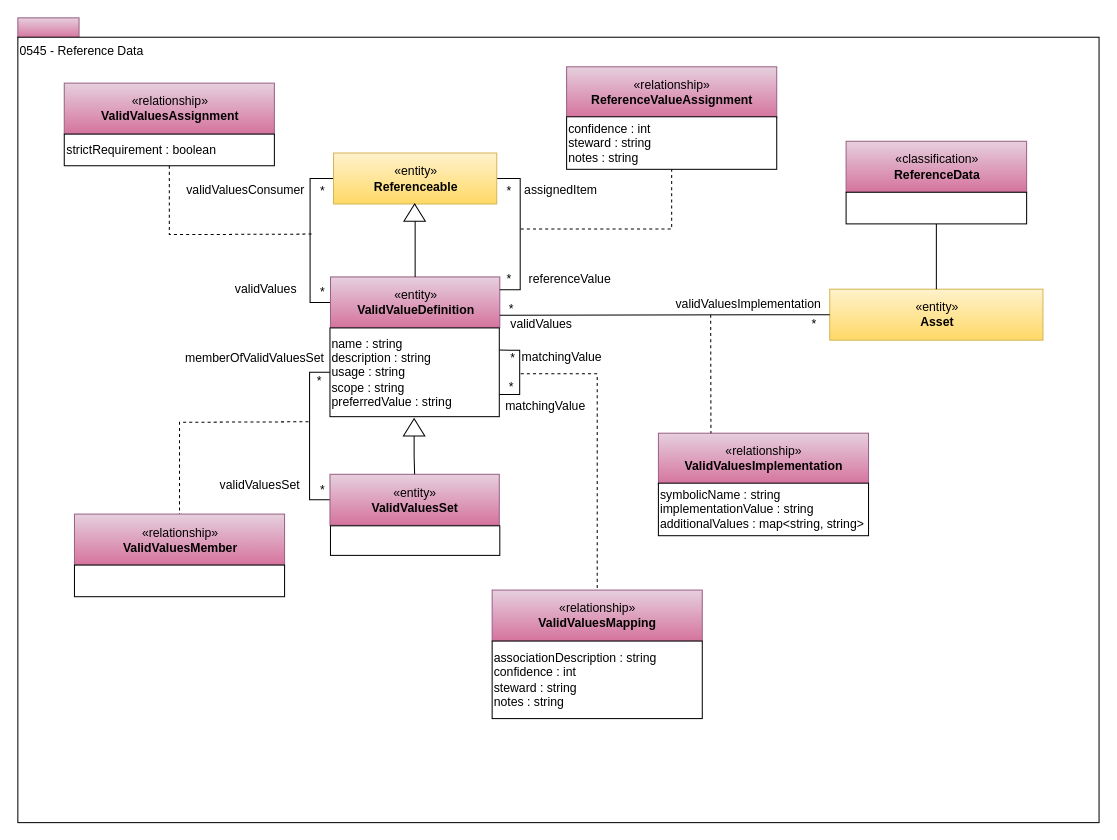
This is page "0545-Reference-Data" (18 of 26) of open-metadata-publication/website/open-metadata-types/area-5-models-and-schema.drawio from odpi/egeria, a draw.io file, before an edit. Source tidied: cells renumbered, new cells numbered last; positions are measured from the earlier drawing's top-left corner, leaving out a move shared by most shapes. Both pictures are drawn from the tidied source at 102%, with x=0, y=0 at pixel (17, 17).
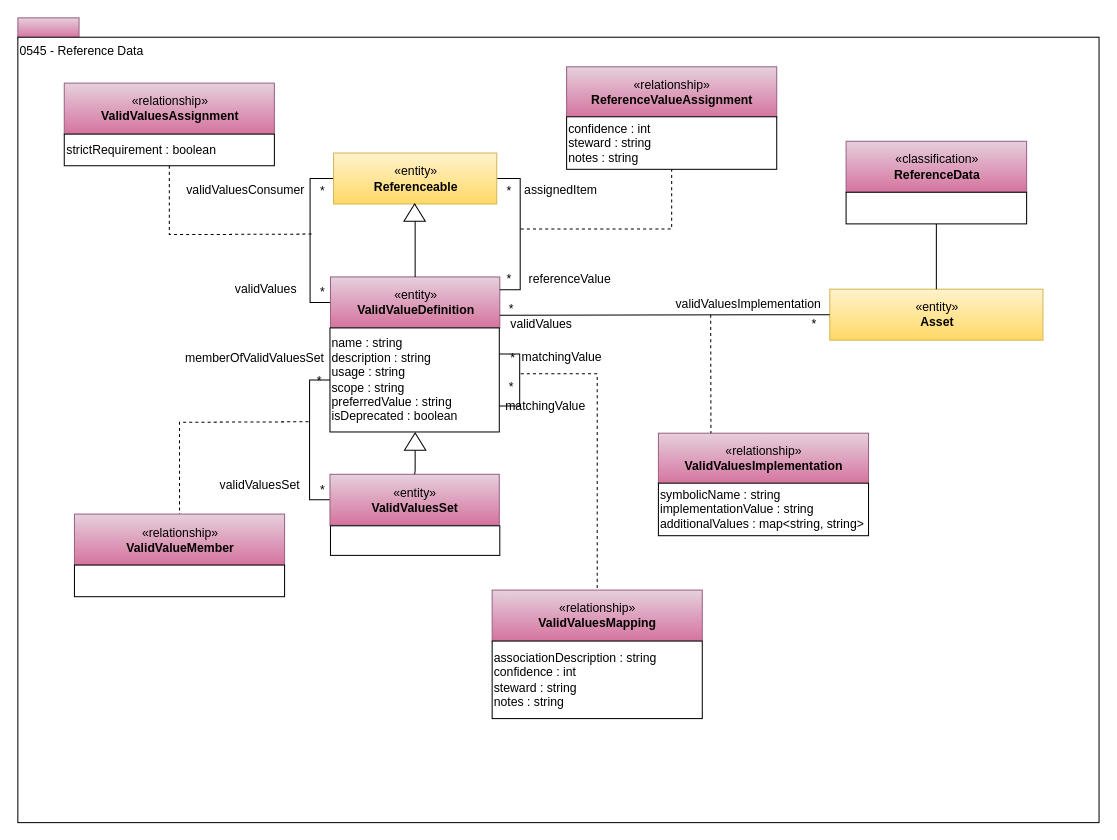
Above is the later version.

Commit message (it also covers changes not shown here):
Add support for isDeprecated

What changed in the source:
```diff
@@
-    <mxCell id="6" value="&lt;span&gt;name : string&lt;br&gt;&lt;/span&gt;&lt;span&gt;description : string&lt;/span&gt;&lt;br&gt;&lt;span&gt;usage : string&lt;/span&gt;&lt;br&gt;&lt;span&gt;scope : string&lt;br&gt;preferredValue : string&lt;br&gt;&lt;/span&gt;" style="rounded=0;whiteSpace=wrap;html=1;strokeColor=#000000;gradientColor=#ffffff;align=left;" parent="1" vertex="1">
-      <mxGeometry x="306" y="304" width="166" height="87" as="geometry" />
+    <mxCell id="6" value="&lt;span&gt;name : string&lt;br&gt;&lt;/span&gt;&lt;span&gt;description : string&lt;/span&gt;&lt;br&gt;&lt;span&gt;usage : string&lt;/span&gt;&lt;br&gt;&lt;span&gt;scope : string&lt;br&gt;preferredValue : string&lt;br&gt;isDeprecated : boolean&lt;br&gt;&lt;/span&gt;" style="rounded=0;whiteSpace=wrap;html=1;strokeColor=#000000;gradientColor=#ffffff;align=left;" parent="1" vertex="1">
+      <mxGeometry x="306" y="304" width="166" height="102" as="geometry" />
     </mxCell>
@@
     <mxCell id="27" style="triangle;whiteSpace=wrap;html=1;strokeColor=#000000;gradientColor=#ffffff;align=center;rotation=-90;" parent="1" vertex="1">
-      <mxGeometry x="380" y="391" width="17" height="21" as="geometry" />
+      <mxGeometry x="381" y="405" width="17" height="21" as="geometry" />
     </mxCell>
@@
-    <mxCell id="39" value="«relationship»&lt;br&gt;&lt;b&gt;ValidValuesMember&lt;/b&gt;" style="html=1;strokeColor=#996185;align=center;fillColor=#e6d0de;gradientColor=#d5739d;" parent="1" vertex="1">
+    <mxCell id="39" value="«relationship»&lt;br&gt;&lt;b&gt;ValidValueMember&lt;/b&gt;" style="html=1;strokeColor=#996185;align=center;fillColor=#e6d0de;gradientColor=#d5739d;" parent="1" vertex="1">
       <mxGeometry x="55.5" y="486.5" width="206" height="50" as="geometry" />
     </mxCell>
```
